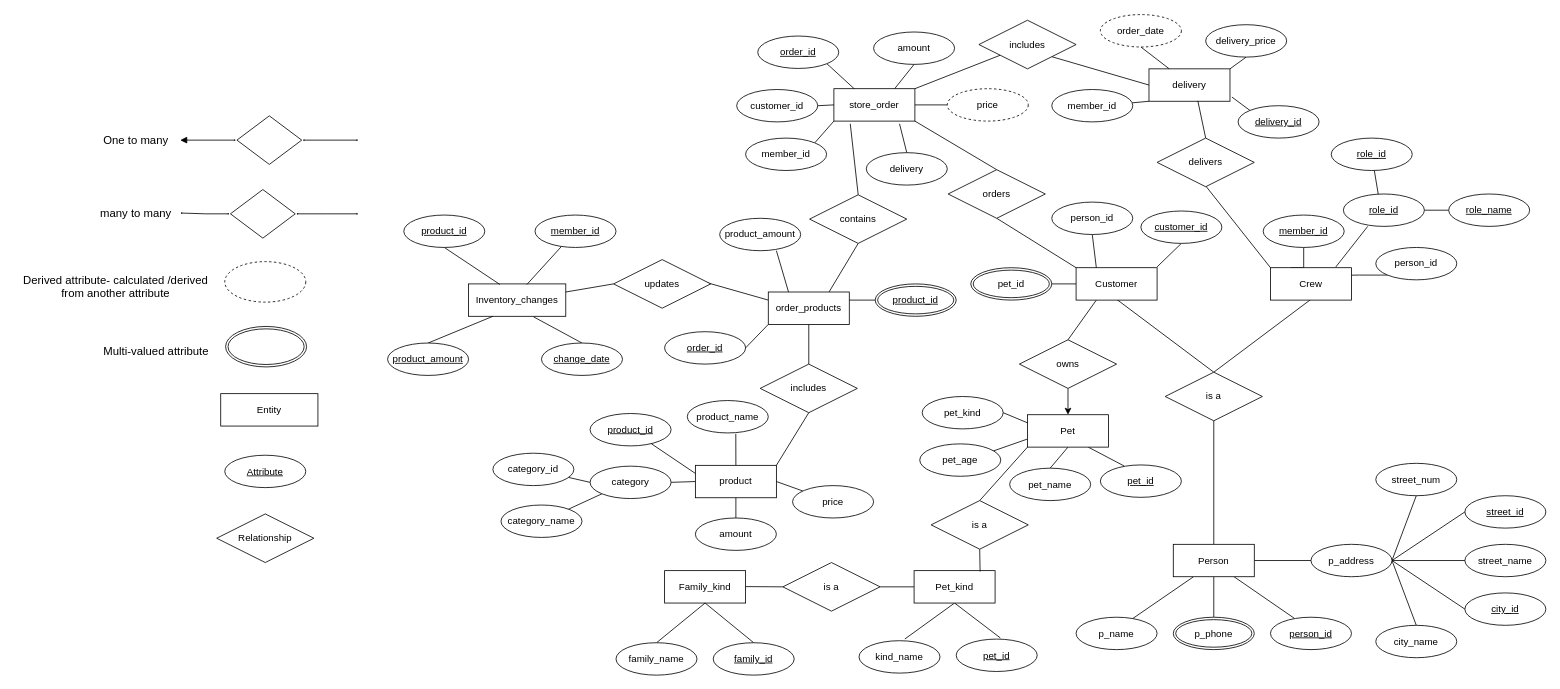
avivmoyal1/SQL_Project keeps this draw.io diagram as page 3 of 4 of pet_store.drawio. Above is the earlier version. Source tidied: cells renumbered, new cells numbered last; positions are measured from the earlier drawing's top-left corner, leaving out a move shared by most shapes. Both pictures are drawn from the tidied source at 81%, with x=0, y=0 at pixel (14, 14).
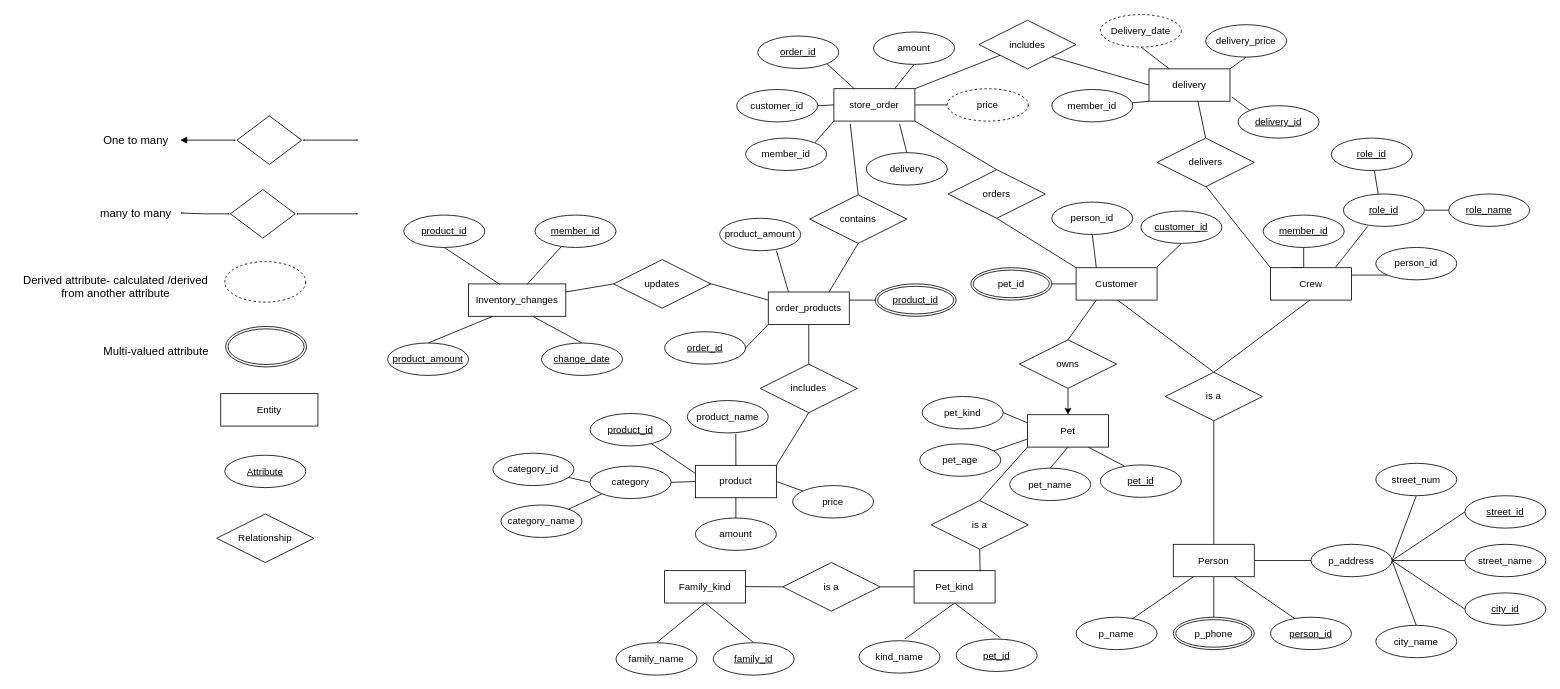
The same diagram, later.

Change to the diagram source:
```diff
@@
-    <mxCell id="101" value="&lt;span style=&quot;text-align: left;&quot;&gt;order_date&lt;/span&gt;" style="ellipse;whiteSpace=wrap;html=1;align=center;dashed=1;" parent="1" vertex="1">
+    <mxCell id="101" value="Delivery&lt;span style=&quot;text-align: left;&quot;&gt;_date&lt;/span&gt;" style="ellipse;whiteSpace=wrap;html=1;align=center;dashed=1;" parent="1" vertex="1">
       <mxGeometry x="1341" y="0.5" width="100" height="40" as="geometry" />
     </mxCell>
```
